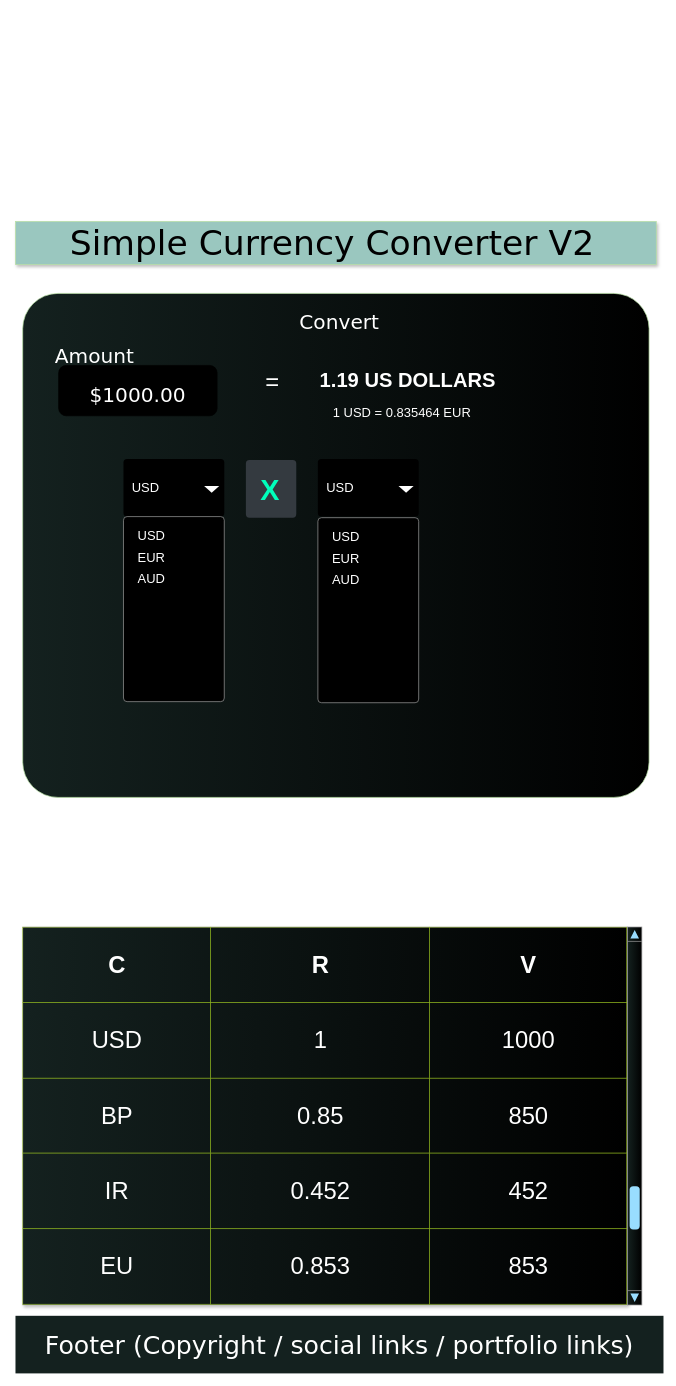
The draw.io diagram page "Mobile" (2 of 2) of src/scope/currency-converter-v2.drawio in mbuel/currency-converter-v2, before the edit. Source tidied: cells renumbered, new cells numbered last; positions are measured from the earlier drawing's top-left corner, leaving out a move shared by most shapes. Both pictures are drawn from the tidied source at 72%, with x=0, y=0 at pixel (15, 221).
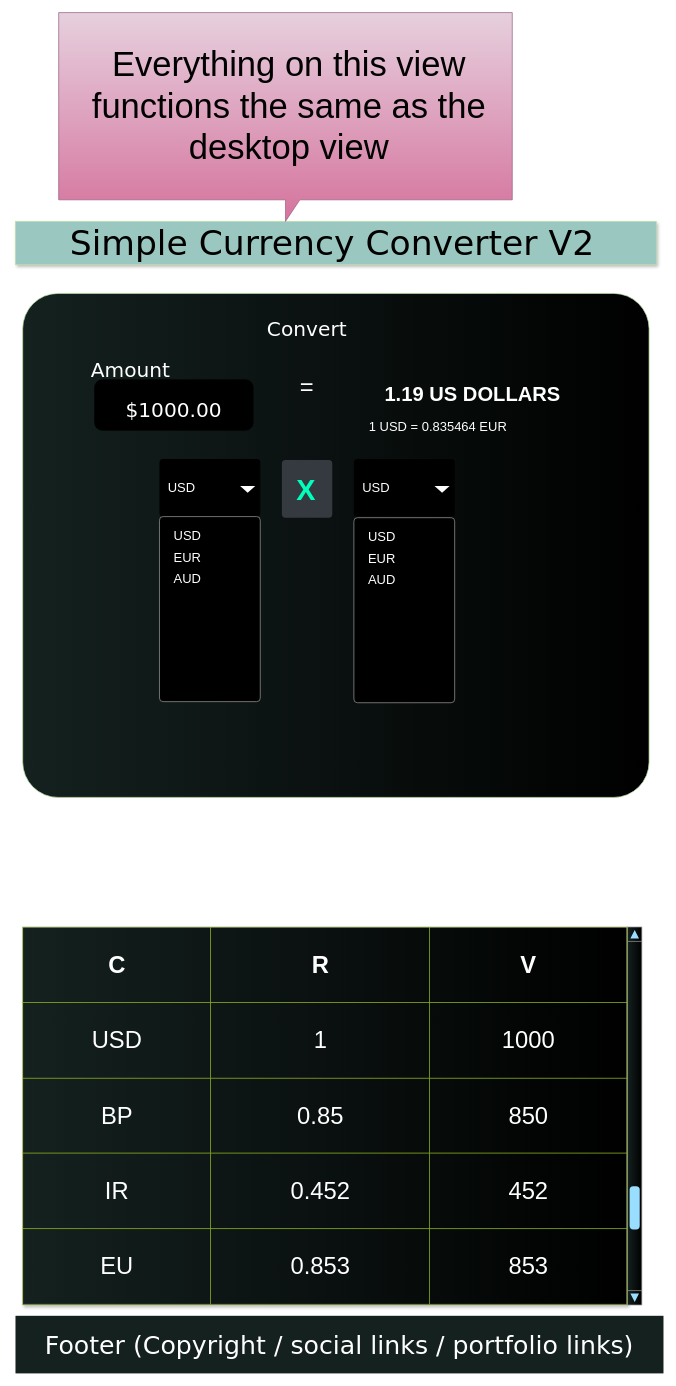
The same page after the edit.

Diff of the diagram source:
```diff
@@
     <mxCell id="6" value="Convert" style="text;html=1;strokeColor=none;fillColor=none;align=center;verticalAlign=middle;whiteSpace=wrap;rounded=0;fontFamily=Verdana;fontSize=28;fontColor=#FFFFFF;" parent="1" vertex="1">
-      <mxGeometry x="340" y="110" width="220" height="60" as="geometry" />
+      <mxGeometry x="295" y="120" width="220" height="60" as="geometry" />
     </mxCell>
     <mxCell id="7" value="&lt;font style=&quot;font-size: 28px&quot;&gt;$1000.00&lt;/font&gt;" style="rounded=1;whiteSpace=wrap;html=1;fontFamily=Verdana;fontSize=48;fillColor=#000000;fontColor=#FFFFFF;" parent="1" vertex="1">
-      <mxGeometry x="60" y="200" width="220" height="70" as="geometry" />
+      <mxGeometry x="110" y="220" width="220" height="70" as="geometry" />
     </mxCell>
     <mxCell id="8" value="&lt;font style=&quot;font-size: 28px&quot;&gt;Amount&lt;/font&gt;" style="text;html=1;strokeColor=none;fillColor=none;align=center;verticalAlign=middle;whiteSpace=wrap;rounded=0;fontFamily=Verdana;fontSize=48;fontColor=#FFFFFF;" parent="1" vertex="1">
-      <mxGeometry x="90" y="170" width="40" height="20" as="geometry" />
+      <mxGeometry x="140" y="190" width="40" height="20" as="geometry" />
     </mxCell>
     <mxCell id="9" value="&lt;font style=&quot;font-size: 18px&quot;&gt;USD&lt;/font&gt;" style="html=1;shadow=0;dashed=0;shape=mxgraph.bootstrap.rrect;rSize=5;strokeColor=none;strokeWidth=1;fontColor=#ffffff;whiteSpace=wrap;align=left;verticalAlign=middle;fontStyle=0;fontSize=14;spacingLeft=10;fillColor=#000000;" parent="1" vertex="1">
-      <mxGeometry x="150" y="330" width="140" height="80" as="geometry" />
+      <mxGeometry x="200" y="330" width="140" height="80" as="geometry" />
     </mxCell>
@@
     <mxCell id="11" style="html=1;shadow=0;dashed=0;shape=mxgraph.bootstrap.rrect;rSize=5;strokeColor=#999999;fillColor=#000000;" parent="1" vertex="1">
-      <mxGeometry x="150" y="410" width="140" height="257" as="geometry" />
+      <mxGeometry x="200" y="410" width="140" height="257" as="geometry" />
     </mxCell>
@@
     <mxCell id="15" value="&amp;nbsp; &amp;nbsp; &lt;font style=&quot;font-size: 40px&quot;&gt;X&lt;/font&gt;" style="html=1;shadow=0;dashed=0;shape=mxgraph.bootstrap.rrect;rSize=5;strokeColor=none;strokeWidth=1;fillColor=#343A40;whiteSpace=wrap;align=left;verticalAlign=middle;spacingLeft=0;fontStyle=1;fontSize=14;spacing=5;fontColor=#00FFBB;" parent="1" vertex="1">
-      <mxGeometry x="320" y="331.5" width="70" height="80" as="geometry" />
+      <mxGeometry x="370" y="331.5" width="70" height="80" as="geometry" />
     </mxCell>
     <mxCell id="16" value="&lt;font style=&quot;font-size: 18px&quot;&gt;USD&lt;/font&gt;" style="html=1;shadow=0;dashed=0;shape=mxgraph.bootstrap.rrect;rSize=5;strokeColor=none;strokeWidth=1;fontColor=#ffffff;whiteSpace=wrap;align=left;verticalAlign=middle;fontStyle=0;fontSize=14;spacingLeft=10;fillColor=#000000;" parent="1" vertex="1">
-      <mxGeometry x="420" y="330" width="140" height="80" as="geometry" />
+      <mxGeometry x="470" y="330" width="140" height="80" as="geometry" />
     </mxCell>
@@
     <mxCell id="18" style="html=1;shadow=0;dashed=0;shape=mxgraph.bootstrap.rrect;rSize=5;strokeColor=#999999;fillColor=#000000;" parent="1" vertex="1">
-      <mxGeometry x="420" y="411.5" width="140" height="257" as="geometry" />
+      <mxGeometry x="470" y="411.5" width="140" height="257" as="geometry" />
     </mxCell>
@@
     <mxCell id="24" value="=" style="text;html=1;strokeColor=none;fillColor=none;align=center;verticalAlign=middle;whiteSpace=wrap;rounded=0;shadow=1;glass=0;labelBackgroundColor=none;sketch=0;fontSize=33;fontColor=#FFFFFF;" parent="1" vertex="1">
-      <mxGeometry x="337" y="211.5" width="40" height="20" as="geometry" />
+      <mxGeometry x="385" y="220" width="40" height="20" as="geometry" />
     </mxCell>
     <mxCell id="25" value="&lt;font size=&quot;1&quot;&gt;&lt;b style=&quot;font-size: 28px&quot;&gt;1.19 US DOLLARS&lt;/b&gt;&lt;/font&gt;" style="text;html=1;strokeColor=none;fillColor=none;align=center;verticalAlign=middle;whiteSpace=wrap;rounded=0;shadow=1;glass=0;labelBackgroundColor=none;sketch=0;fontSize=55;fontColor=#FFFFFF;" parent="1" vertex="1">
-      <mxGeometry x="280" y="160" width="530" height="100" as="geometry" />
+      <mxGeometry x="410" y="180" width="450" height="100" as="geometry" />
     </mxCell>
     <mxCell id="26" value="&lt;font style=&quot;font-size: 18px&quot;&gt;1 USD = 0.835464 EUR&lt;/font&gt;" style="text;html=1;strokeColor=none;fillColor=none;align=center;verticalAlign=middle;whiteSpace=wrap;rounded=0;shadow=1;glass=0;labelBackgroundColor=none;sketch=0;fontSize=55;fontColor=#FFFFFF;" parent="1" vertex="1">
-      <mxGeometry x="377" y="231.5" width="320" height="40" as="geometry" />
+      <mxGeometry x="427" y="251.5" width="320" height="40" as="geometry" />
     </mxCell>
+    <mxCell id="27" style="shape=callout;whiteSpace=wrap;html=1;perimeter=calloutPerimeter;fontSize=48;fillColor=#e6d0de;strokeColor=#996185;gradientColor=#d5739d;" parent="1" vertex="1">
+      <mxGeometry x="60" y="-290" width="630" height="290" as="geometry" />
+    </mxCell>
+    <mxCell id="28" value="Everything on this view functions the same as the desktop view" style="text;html=1;strokeColor=none;fillColor=none;align=center;verticalAlign=middle;whiteSpace=wrap;rounded=0;fontSize=48;" parent="1" vertex="1">
+      <mxGeometry x="100" y="-270" width="560" height="220" as="geometry" />
+    </mxCell>
```
